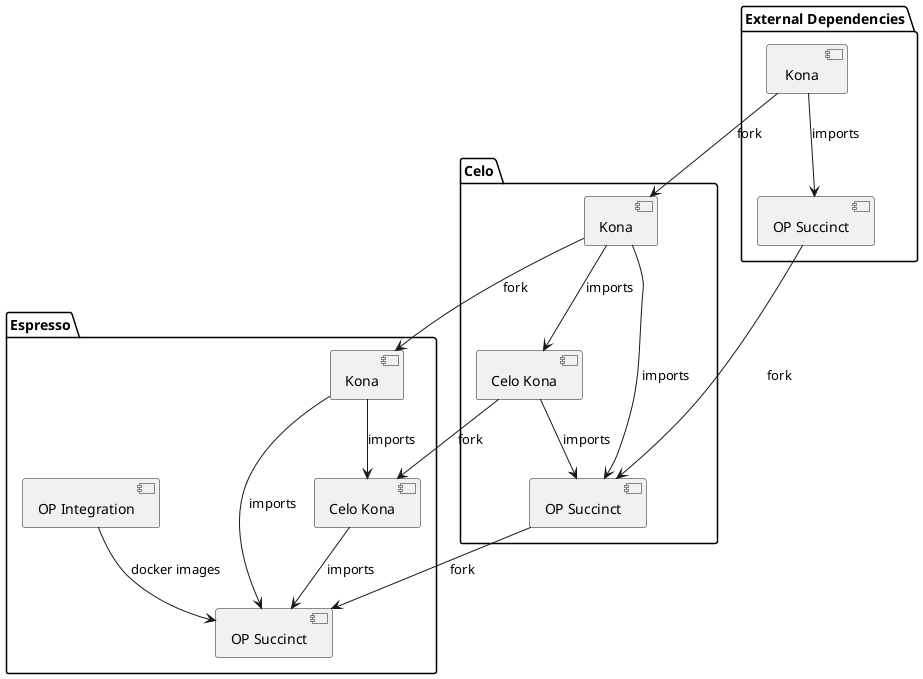
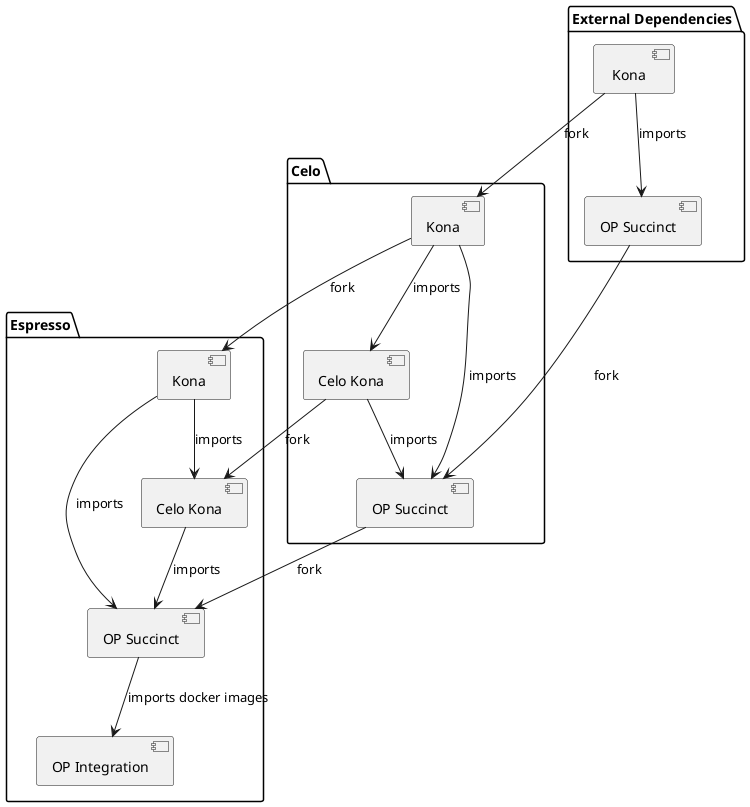
@startuml

package "External Dependencies" {
  [ Kona ] as KonaExternal
  [OP Succinct] as OPSuccinctExternal
}

package "Celo" {
  [Kona] as KonaCelo
  [Celo Kona] as CeloKonaCelo
  [OP Succinct] as OPSuccinctCelo
}

package "Espresso" {
  [Kona] as KonaEspresso
  [Celo Kona] as CeloKonaEspresso
  [OP Succinct] as OPSuccinctEspresso
  [OP Integration] as OpIntegration
}




KonaCelo --> CeloKonaCelo: imports
CeloKonaCelo--> OPSuccinctCelo : imports
KonaExternal--> OPSuccinctExternal : imports
KonaCelo --> OPSuccinctCelo: imports

OPSuccinctExternal --> OPSuccinctCelo: fork
CeloKonaCelo --> CeloKonaEspresso: fork
OPSuccinctCelo --> OPSuccinctEspresso: fork
KonaExternal --> KonaCelo: fork
KonaCelo --> KonaEspresso: fork

- OpIntegration --> OPSuccinctEspresso : docker images
+ OPSuccinctEspresso --> OpIntegration : imports docker images
KonaEspresso   --> CeloKonaEspresso: imports
CeloKonaEspresso  --> OPSuccinctEspresso : imports
KonaEspresso --> OPSuccinctEspresso : imports


@enduml
